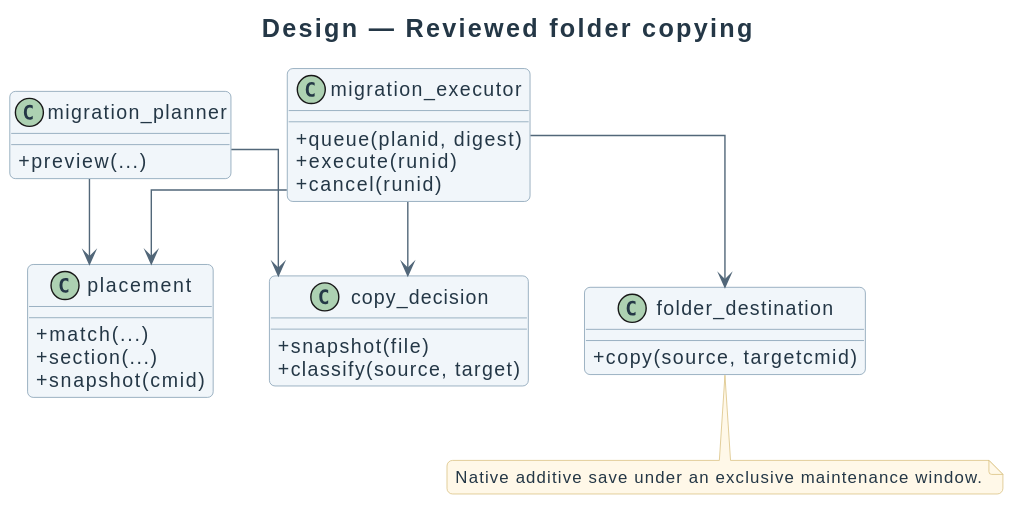
Earlier version of the PlantUML export docs/diagrams/design/migration-classes.svg (didactika/moodle-local_coursefiles). The source it was exported from:
```plantuml
@startuml
!include ../_style.puml
title Design — Reviewed folder copying
top to bottom direction
class migration_planner {
  + preview(...)
}
class placement {
  + match(...)
  + section(...)
  + snapshot(cmid)
}
class copy_decision {
  + snapshot(file)
  + classify(source, target)
}
class migration_executor {
  + queue(planid, digest)
  + execute(runid)
  + cancel(runid)
}
class folder_destination {
  + copy(source, targetcmid)
}
migration_planner --> placement
migration_planner --> copy_decision
migration_executor --> placement
migration_executor --> copy_decision
migration_executor --> folder_destination
migration_planner -[hidden]right-> migration_executor
placement -[hidden]right-> copy_decision
copy_decision -[hidden]right-> folder_destination
note bottom of folder_destination : Native additive save under an exclusive maintenance window.
@enduml
```
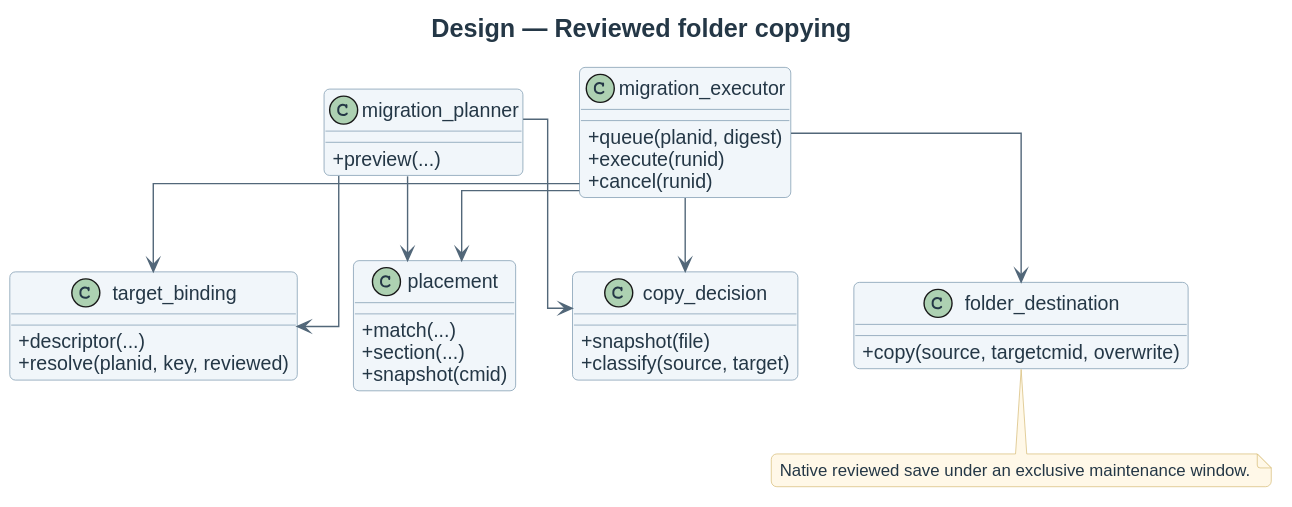
The same file after the commit.

Change to the diagram source:
```diff
@@ -20,8 +20,14 @@
   + cancel(runid)
 }
 class folder_destination {
-  + copy(source, targetcmid)
+  + copy(source, targetcmid, overwrite)
 }
+class target_binding {
+  + descriptor(...)
+  + resolve(planid, key, reviewed)
+}
+migration_executor --> target_binding
+migration_planner --> target_binding
 migration_planner --> placement
 migration_planner --> copy_decision
 migration_executor --> placement
@@ -30,5 +36,5 @@
 migration_planner -[hidden]right-> migration_executor
 placement -[hidden]right-> copy_decision
 copy_decision -[hidden]right-> folder_destination
-note bottom of folder_destination : Native additive save under an exclusive maintenance window.
+note bottom of folder_destination : Native reviewed save under an exclusive maintenance window.
 @enduml
```
